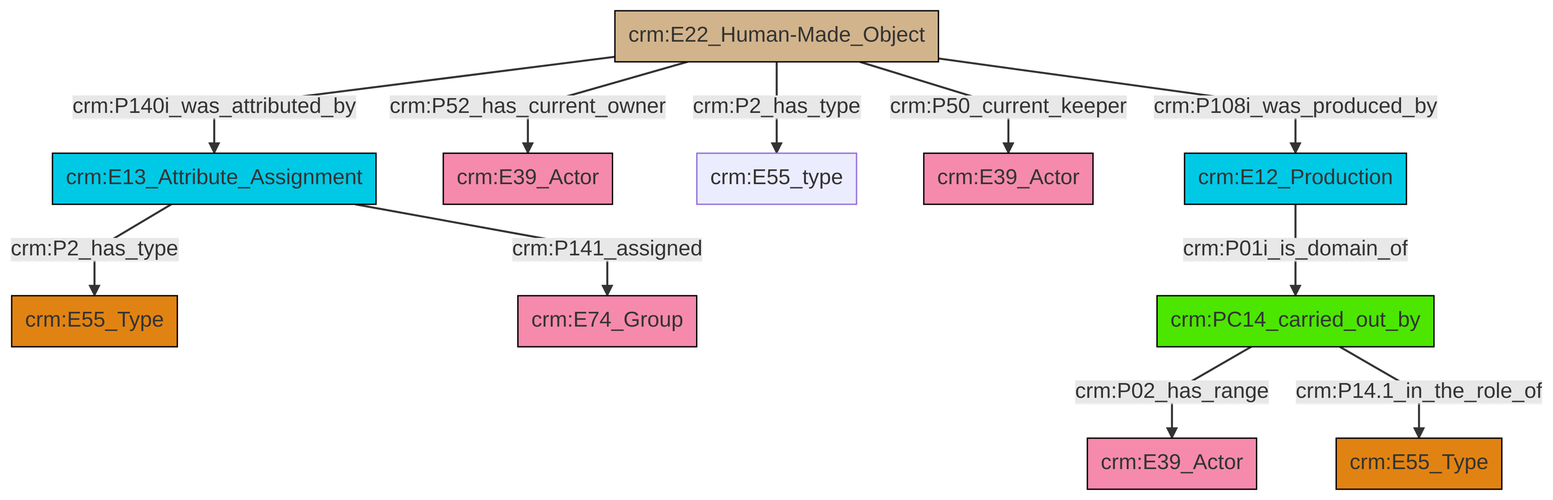
The Mermaid diagram et/artworkCSV/ttl/mmd/png/Artwork_Actor_Relations.png in swiss-art-research-net/reference-data-models, before a commit. Its source is kept beside it as et/artworkCSV/ttl/mmd/Artwork_Actor_Relations.ttl.mmd.
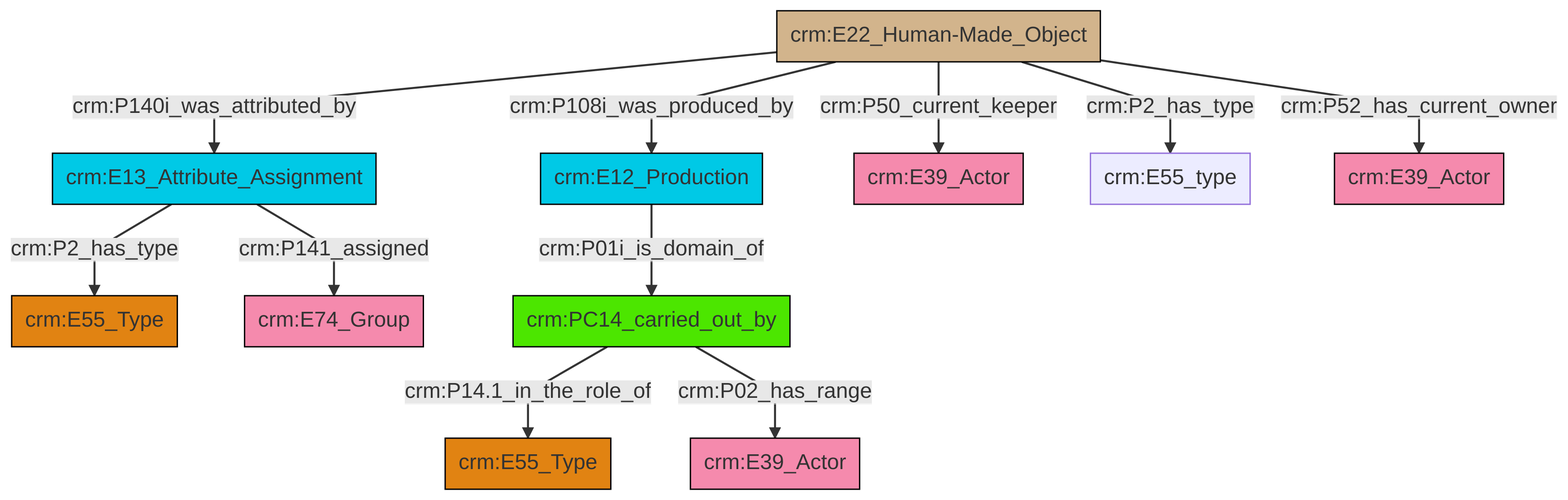
Later version of the same file.

The edit, as a diff of the source:
```diff
@@ -13,13 +13,13 @@
 classDef PC_Classes fill:#4ce600, stroke:#000000;
 classDef Multi fill:#cccccc,stroke:#000000;
 
-2["crm:PC14_carried_out_by"]:::PC_Classes -->|crm:P02_has_range| 3["crm:E39_Actor"]:::Actor
-4["crm:E22_Human-Made_Object"]:::Physical_Thing -->|crm:P140i_was_attributed_by| 5["crm:E13_Attribute_Assignment"]:::Temporal_Entity
-4["crm:E22_Human-Made_Object"]:::Physical_Thing -->|crm:P52_has_current_owner| 8["crm:E39_Actor"]:::Actor
-5["crm:E13_Attribute_Assignment"]:::Temporal_Entity -->|crm:P2_has_type| 0["crm:E55_Type"]:::Type
-2["crm:PC14_carried_out_by"]:::PC_Classes -->|crm:P14.1_in_the_role_of| 6["crm:E55_Type"]:::Type
-19["crm:E12_Production"]:::Temporal_Entity -->|crm:P01i_is_domain_of| 2["crm:PC14_carried_out_by"]:::PC_Classes
-5["crm:E13_Attribute_Assignment"]:::Temporal_Entity -->|crm:P141_assigned| 11["crm:E74_Group"]:::Actor
-4["crm:E22_Human-Made_Object"]:::Physical_Thing -->|crm:P2_has_type| 14["crm:E55_type"]:::Default
-4["crm:E22_Human-Made_Object"]:::Physical_Thing -->|crm:P50_current_keeper| 17["crm:E39_Actor"]:::Actor
-4["crm:E22_Human-Made_Object"]:::Physical_Thing -->|crm:P108i_was_produced_by| 19["crm:E12_Production"]:::Temporal_Entity
+2["crm:E22_Human-Made_Object"]:::Physical_Thing -->|crm:P140i_was_attributed_by| 3["crm:E13_Attribute_Assignment"]:::Temporal_Entity
+2["crm:E22_Human-Made_Object"]:::Physical_Thing -->|crm:P108i_was_produced_by| 6["crm:E12_Production"]:::Temporal_Entity
+7["crm:PC14_carried_out_by"]:::PC_Classes -->|crm:P14.1_in_the_role_of| 8["crm:E55_Type"]:::Type
+7["crm:PC14_carried_out_by"]:::PC_Classes -->|crm:P02_has_range| 10["crm:E39_Actor"]:::Actor
+3["crm:E13_Attribute_Assignment"]:::Temporal_Entity -->|crm:P2_has_type| 13["crm:E55_Type"]:::Type
+2["crm:E22_Human-Made_Object"]:::Physical_Thing -->|crm:P50_current_keeper| 11["crm:E39_Actor"]:::Actor
+6["crm:E12_Production"]:::Temporal_Entity -->|crm:P01i_is_domain_of| 7["crm:PC14_carried_out_by"]:::PC_Classes
+2["crm:E22_Human-Made_Object"]:::Physical_Thing -->|crm:P2_has_type| 15["crm:E55_type"]:::Default
+3["crm:E13_Attribute_Assignment"]:::Temporal_Entity -->|crm:P141_assigned| 0["crm:E74_Group"]:::Actor
+2["crm:E22_Human-Made_Object"]:::Physical_Thing -->|crm:P52_has_current_owner| 4["crm:E39_Actor"]:::Actor
```
